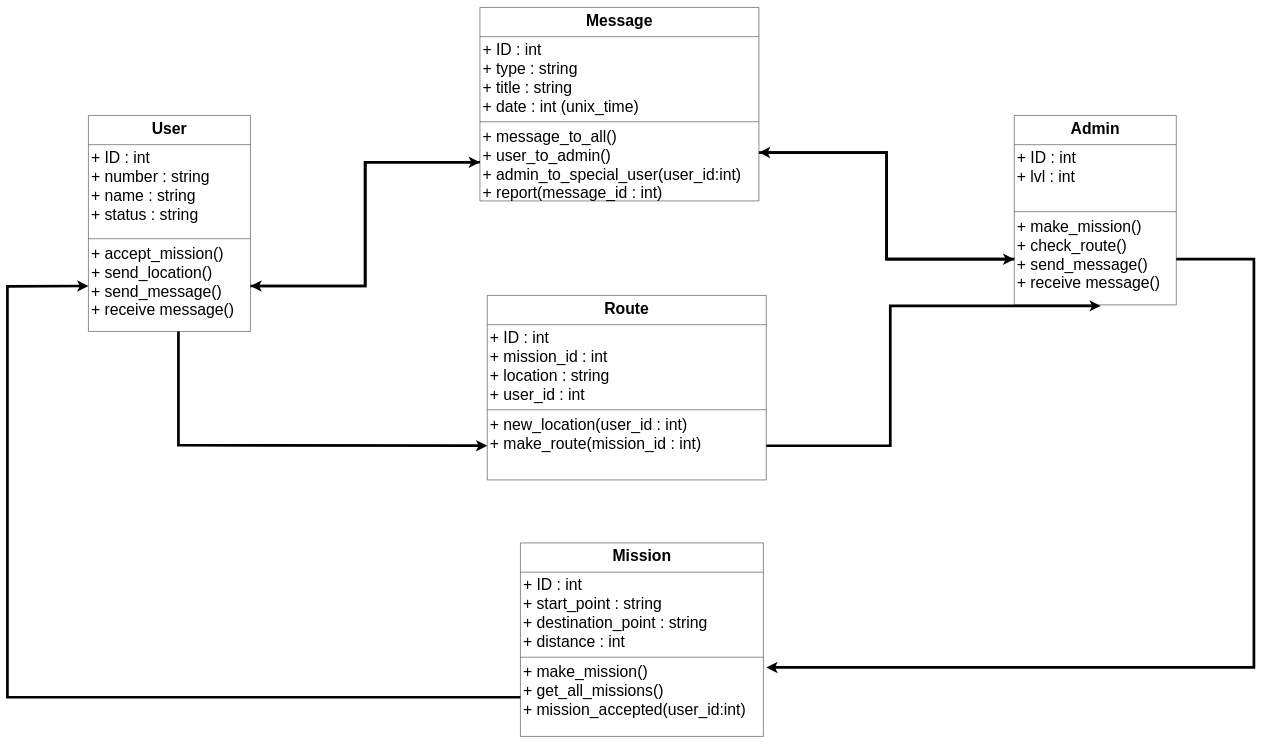
Earlier version of the draw.io diagram page "Class diagram" (1 of 2) of Projects/Tahlil_term3/UML.drawio (geeksesi/my_university). Source tidied: cells renumbered, new cells numbered last; positions are measured from the earlier drawing's top-left corner, leaving out a move shared by most shapes. Both pictures are drawn from the tidied source at 45%, with x=0, y=0 at pixel (7, 7).
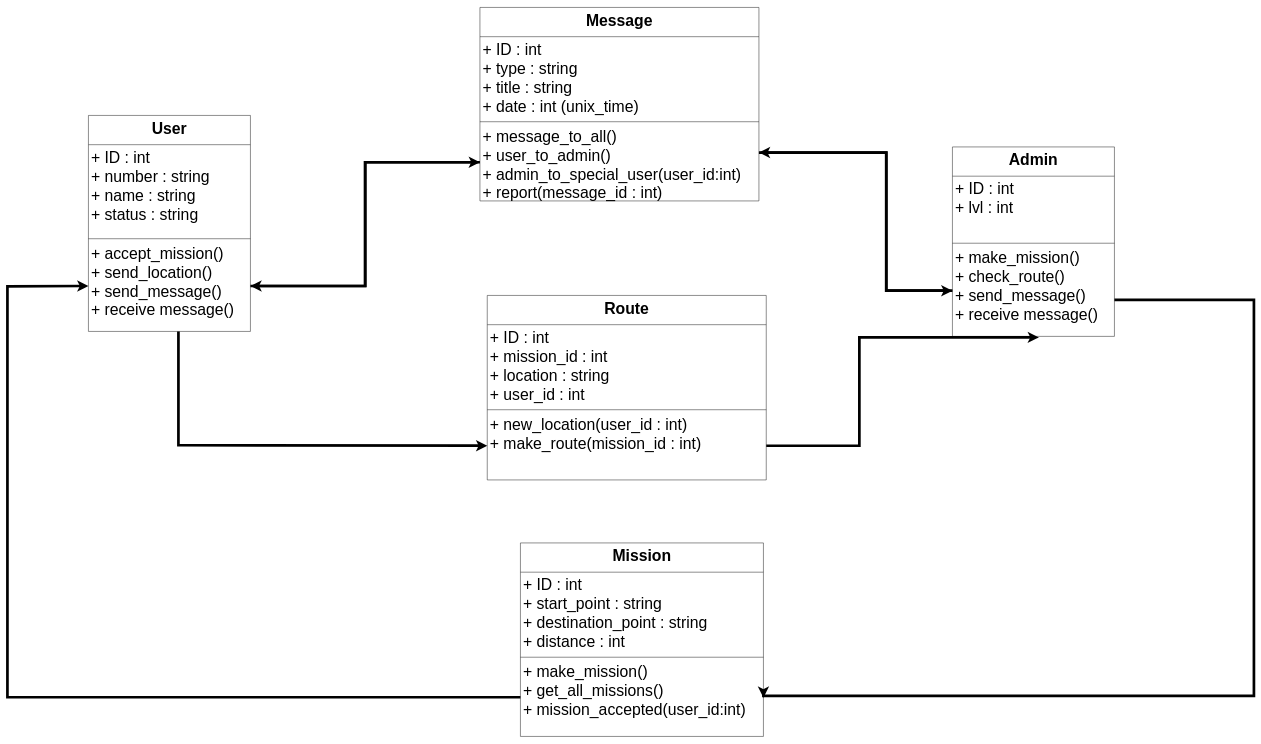
The same page after the edit.

Commit message:
Update class diagram UML.drawio

The change refers to these unchanged cells:
```xml
<mxCell id="9" value="+ make_mission()&#10;+ check_route()&#10;+ send_message()&#10;+ receive message()&#10;" style="text;strokeColor=none;fillColor=none;align=left;verticalAlign=top;spacingLeft=4;spacingRight=4;overflow=hidden;points=[[0,0.5],[1,0.5]];portConstraint=eastwest;fontSize=35;" parent="6" vertex="1">
  <mxGeometry y="218" width="360" height="203" as="geometry" />
</mxCell>
<mxCell id="13" value="+ make_mission()&#10;+ get_all_missions()&#10;+ mission_accepted(user_id:int)&#10;&#10;" style="text;strokeColor=none;fillColor=none;align=left;verticalAlign=top;spacingLeft=4;spacingRight=4;overflow=hidden;points=[[0,0.5],[1,0.5]];portConstraint=eastwest;fontSize=35;" parent="10" vertex="1">
  <mxGeometry y="258" width="540" height="172" as="geometry" />
</mxCell>
<mxCell id="15" value="Message" style="swimlane;fontStyle=1;align=center;verticalAlign=top;horizontal=1;startSize=65;fontSize=35;" parent="1" vertex="1">
  <mxGeometry x="1050" width="620" height="430" as="geometry" />
</mxCell>
```

The edit, as a diff of the source:
```diff
@@
     <mxCell id="6" value="Admin" style="swimlane;fontStyle=1;align=center;verticalAlign=top;horizontal=1;startSize=65;fontSize=35;" parent="1" vertex="1">
-      <mxGeometry x="2237.5" y="240" width="360" height="421" as="geometry" />
+      <mxGeometry x="2100" y="310" width="360" height="421" as="geometry" />
     </mxCell>
@@
     <mxCell id="14" style="edgeStyle=orthogonalEdgeStyle;rounded=0;jettySize=auto;html=1;exitX=1;exitY=0.75;exitDx=0;exitDy=0;entryX=0;entryY=0.5;entryDx=0;entryDy=0;strokeWidth=6;" parent="1" edge="1" source="15" target="9">
-      <mxGeometry relative="1" as="geometry" />
+      <mxGeometry relative="1" as="geometry">
+        <Array as="points">
+          <mxPoint x="1953" y="323" />
+          <mxPoint x="1953" y="630" />
+        </Array>
+      </mxGeometry>
     </mxCell>
@@
     <mxCell id="24" style="edgeStyle=orthogonalEdgeStyle;rounded=0;jettySize=auto;html=1;entryX=1;entryY=0.75;entryDx=0;entryDy=0;strokeWidth=6;" parent="1" edge="1" source="9" target="15">
-      <mxGeometry relative="1" as="geometry" />
+      <mxGeometry relative="1" as="geometry">
+        <Array as="points">
+          <mxPoint x="1953" y="630" />
+          <mxPoint x="1953" y="323" />
+        </Array>
+      </mxGeometry>
     </mxCell>
@@
-    <mxCell id="28" style="edgeStyle=orthogonalEdgeStyle;rounded=0;jettySize=auto;html=1;entryX=1.012;entryY=0.109;entryDx=0;entryDy=0;entryPerimeter=0;strokeWidth=6;" parent="1" edge="1" source="9" target="13">
+    <mxCell id="28" style="edgeStyle=orthogonalEdgeStyle;rounded=0;jettySize=auto;html=1;entryX=1;entryY=0.5;entryDx=0;entryDy=0;strokeWidth=6;" parent="1" edge="1" source="9" target="13">
       <mxGeometry relative="1" as="geometry">
         <Array as="points">
-          <mxPoint x="2770" y="560" />
-          <mxPoint x="2770" y="1467" />
+          <mxPoint x="2770" y="650" />
+          <mxPoint x="2770" y="1530" />
         </Array>
       </mxGeometry>
     </mxCell>
```
